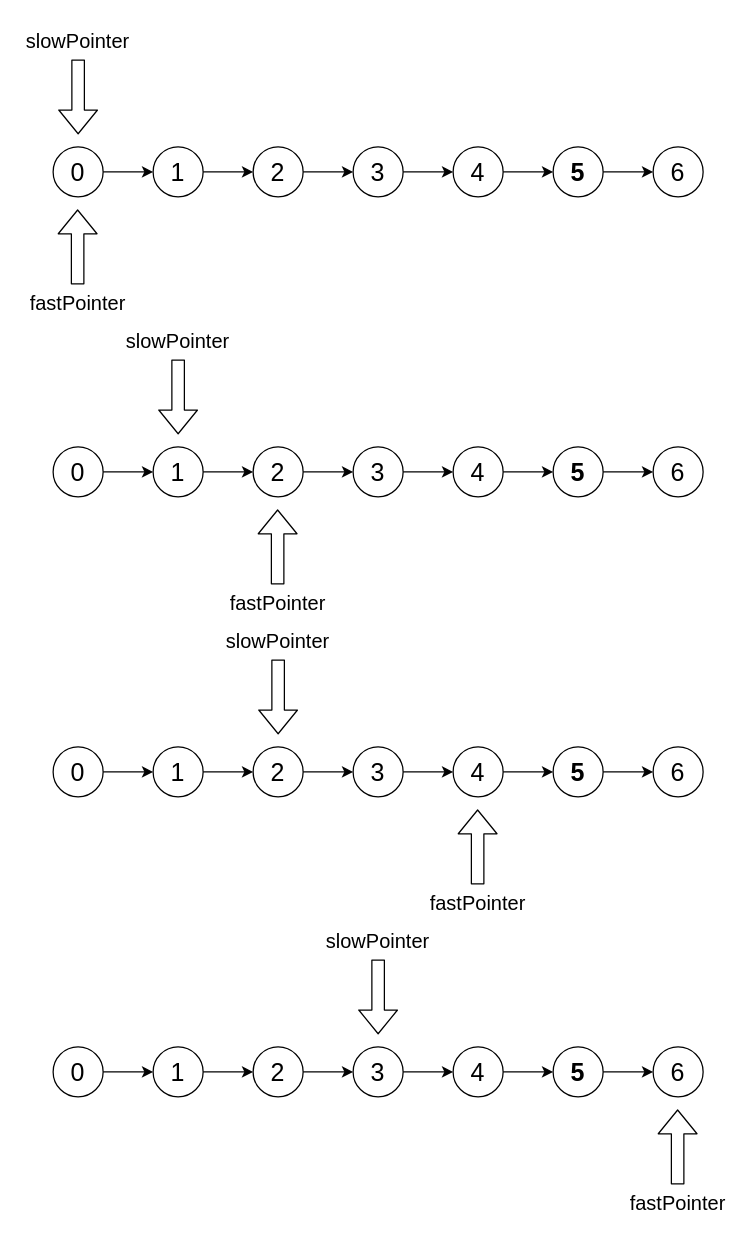
Above: 02_algorithms_and_data_structures_advanced/01_python/02_linked_lists/01_middle_of_the_linked_list/drawings/middle_of_the_linked_list.drawio in PavleSarenac/neetcode (draw.io), before the change. Source tidied: cells renumbered, new cells numbered last; positions are measured from the earlier drawing's top-left corner, leaving out a move shared by most shapes. Both pictures are drawn from the tidied source at 125%, with x=0, y=0 at pixel (21, 21).
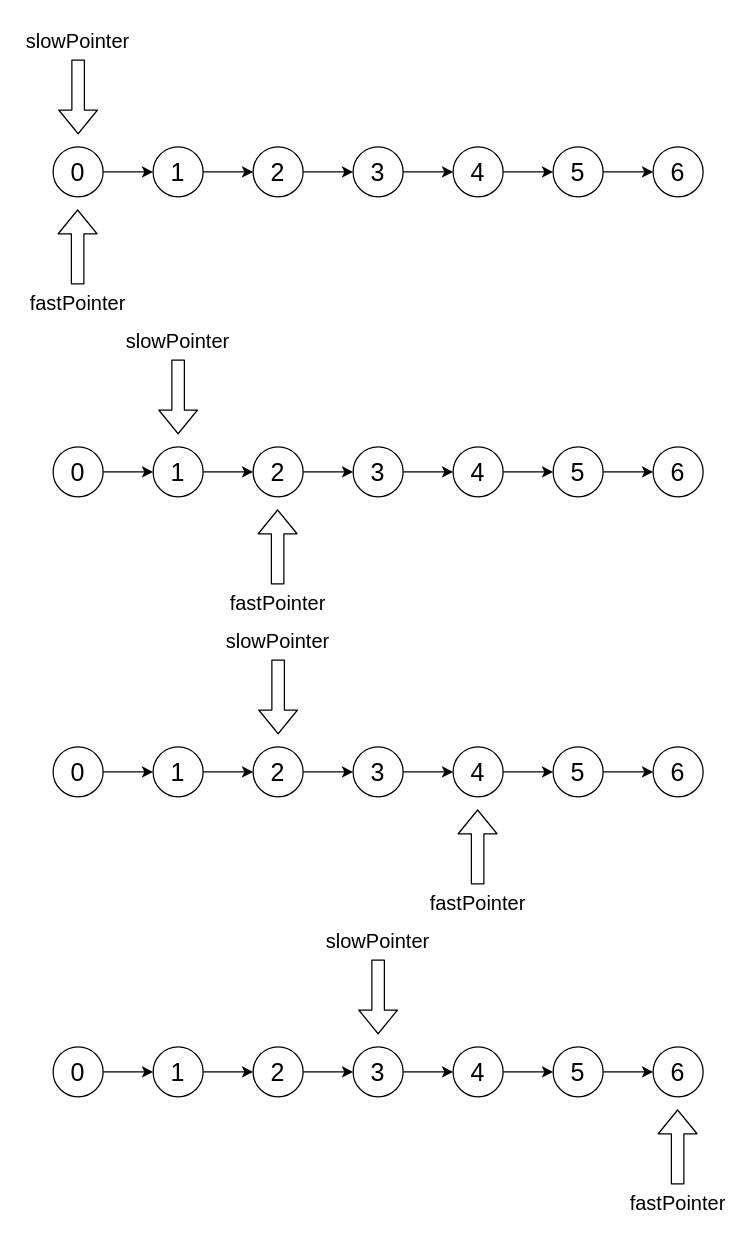
Above is the later version.

Commit message (it also covers changes not shown here):
fix: unnecessary bold text removed in the diagram for '876. Middle of the Linked List'

Change to the diagram source:
```diff
@@
-    <mxCell id="13" value="5" style="ellipse;whiteSpace=wrap;html=1;shapeInside=1;rounded=0;fontStyle=1;fontColor=light-dark(#000000,#FFFFFF);fontSize=20;" parent="1" vertex="1">
+    <mxCell id="13" value="5" style="ellipse;whiteSpace=wrap;html=1;shapeInside=1;rounded=0;fontStyle=0;fontColor=light-dark(#000000,#FFFFFF);fontSize=20;" parent="1" vertex="1">
       <mxGeometry x="425" y="100" width="40" height="40" as="geometry" />
     </mxCell>
@@
-    <mxCell id="42" value="5" style="ellipse;whiteSpace=wrap;html=1;shapeInside=1;rounded=0;fontStyle=1;fontColor=light-dark(#000000,#FFFFFF);fontSize=20;" parent="1" vertex="1">
+    <mxCell id="42" value="5" style="ellipse;whiteSpace=wrap;html=1;shapeInside=1;rounded=0;fontStyle=0;fontColor=light-dark(#000000,#FFFFFF);fontSize=20;" parent="1" vertex="1">
       <mxGeometry x="425" y="340" width="40" height="40" as="geometry" />
     </mxCell>
@@
-    <mxCell id="55" value="5" style="ellipse;whiteSpace=wrap;html=1;shapeInside=1;rounded=0;fontStyle=1;fontColor=light-dark(#000000,#FFFFFF);fontSize=20;" parent="1" vertex="1">
+    <mxCell id="55" value="5" style="ellipse;whiteSpace=wrap;html=1;shapeInside=1;rounded=0;fontStyle=0;fontColor=light-dark(#000000,#FFFFFF);fontSize=20;" parent="1" vertex="1">
       <mxGeometry x="425" y="580" width="40" height="40" as="geometry" />
     </mxCell>
@@
-    <mxCell id="68" value="5" style="ellipse;whiteSpace=wrap;html=1;shapeInside=1;rounded=0;fontStyle=1;fontColor=light-dark(#000000,#FFFFFF);fontSize=20;" parent="1" vertex="1">
+    <mxCell id="68" value="5" style="ellipse;whiteSpace=wrap;html=1;shapeInside=1;rounded=0;fontStyle=0;fontColor=light-dark(#000000,#FFFFFF);fontSize=20;" parent="1" vertex="1">
       <mxGeometry x="425" y="820" width="40" height="40" as="geometry" />
     </mxCell>
```
